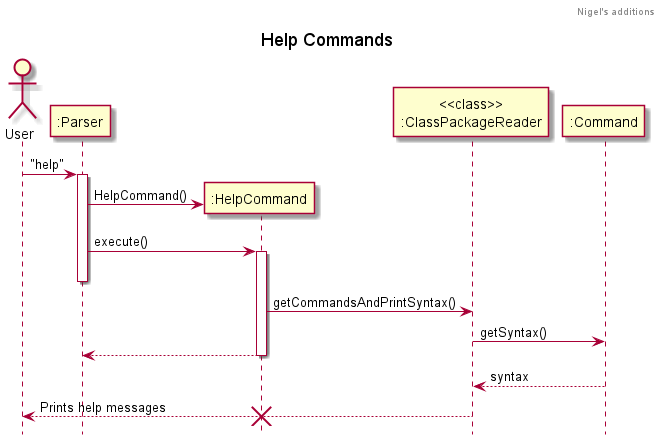
Earlier version of the PlantUML export docs/images/help/HelpCommand_execute-Help_Commands.png (nus-cs2113-AY2122S1/tp). Its diagram source:
```plantuml
@startuml
!include Style.puml
Actor User
participant ":Parser"
User -> ":Parser" : "help"
activate ":Parser"
create ":HelpCommand"
":Parser" -> ":HelpCommand" : HelpCommand()
":Parser" -> ":HelpCommand" : execute()
activate ":HelpCommand"

deactivate ":Parser"
":HelpCommand" -> "<<class>>\n:ClassPackageReader" : getCommandsAndPrintSyntax()
"<<class>>\n:ClassPackageReader" -> ":Command" : getSyntax()
":HelpCommand" --> ":Parser"
deactivate ":HelpCommand"
":Command" --> "<<class>>\n:ClassPackageReader" : syntax
"<<class>>\n:ClassPackageReader" --> User : Prints help messages
destroy ":HelpCommand"

@enduml
```
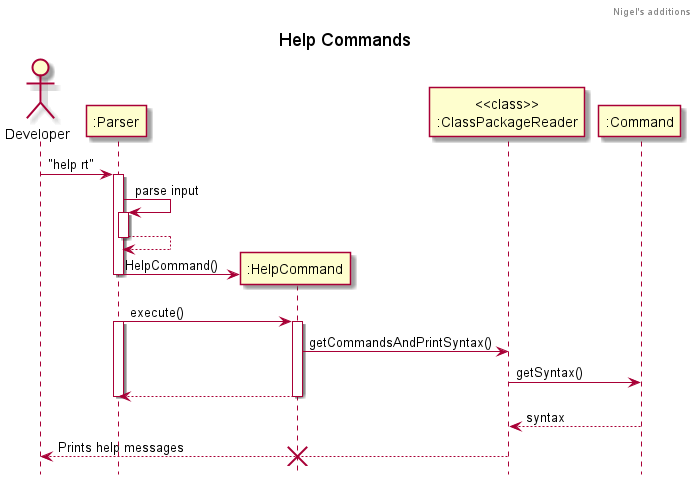
The same file after the commit.

Commit message:
Update DG help diagrams

Change to the diagram source:
```diff
@@ -1,21 +1,33 @@
 @startuml
 !include Style.puml
-Actor User
+Actor Developer
 participant ":Parser"
-User -> ":Parser" : "help"
+Developer -> ":Parser" : "help rt"
+
 activate ":Parser"
+":Parser" -> ":Parser" : parse input
+
+activate ":Parser"
+":Parser" --> ":Parser"
+deactivate ":Parser"
 create ":HelpCommand"
 ":Parser" -> ":HelpCommand" : HelpCommand()
+
+deactivate ":Parser"
+
+
 ":Parser" -> ":HelpCommand" : execute()
+activate ":Parser"
 activate ":HelpCommand"
 
-deactivate ":Parser"
+
 ":HelpCommand" -> "<<class>>\n:ClassPackageReader" : getCommandsAndPrintSyntax()
 "<<class>>\n:ClassPackageReader" -> ":Command" : getSyntax()
 ":HelpCommand" --> ":Parser"
+deactivate ":Parser"
 deactivate ":HelpCommand"
 ":Command" --> "<<class>>\n:ClassPackageReader" : syntax
-"<<class>>\n:ClassPackageReader" --> User : Prints help messages
+"<<class>>\n:ClassPackageReader" --> Developer : Prints help messages
 destroy ":HelpCommand"
 
 @enduml
```
